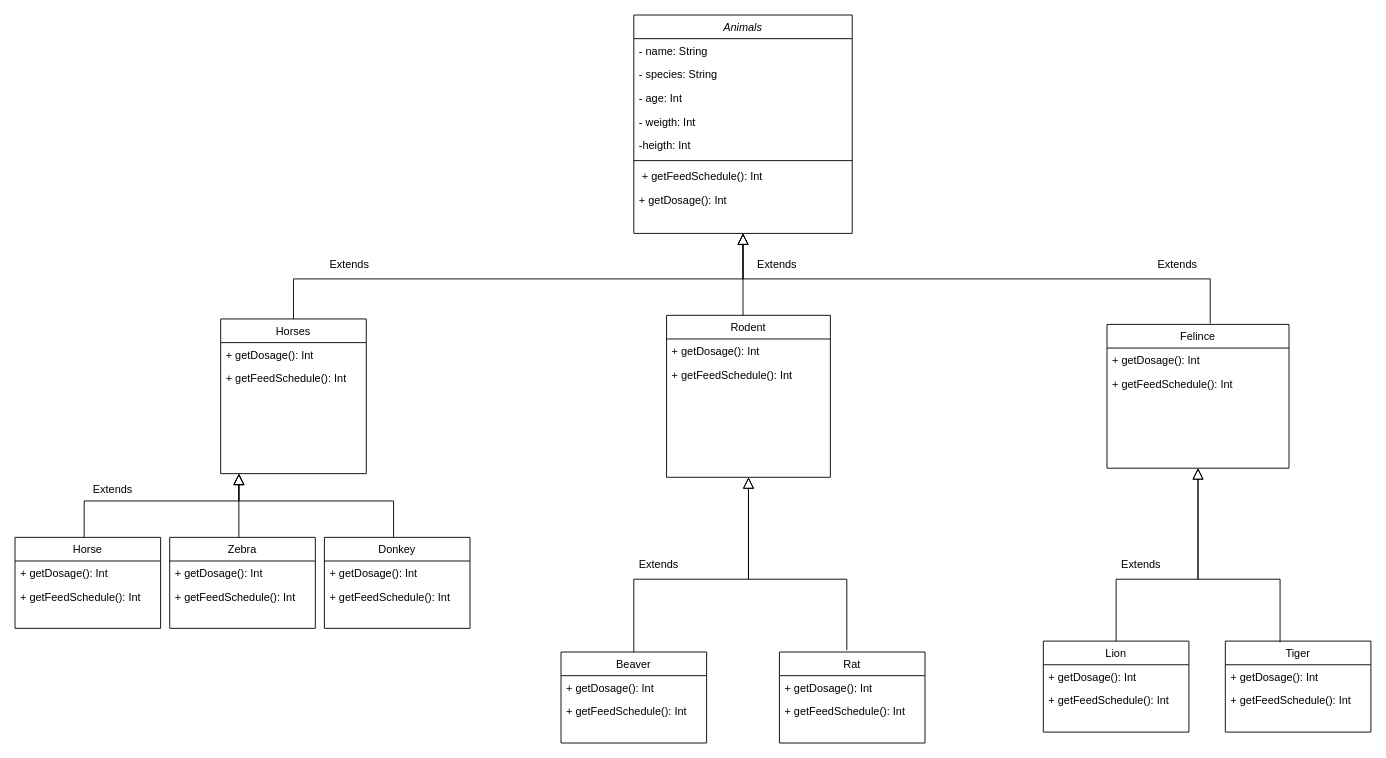
Above: ZooDiagram.drawio in tgbirmak/patika.dev-Projeler (draw.io), before the change. Source tidied: cells renumbered, new cells numbered last; positions are measured from the earlier drawing's top-left corner, leaving out a move shared by most shapes. Both pictures are drawn from the tidied source at 91%, with x=0, y=0 at pixel (15, 15).
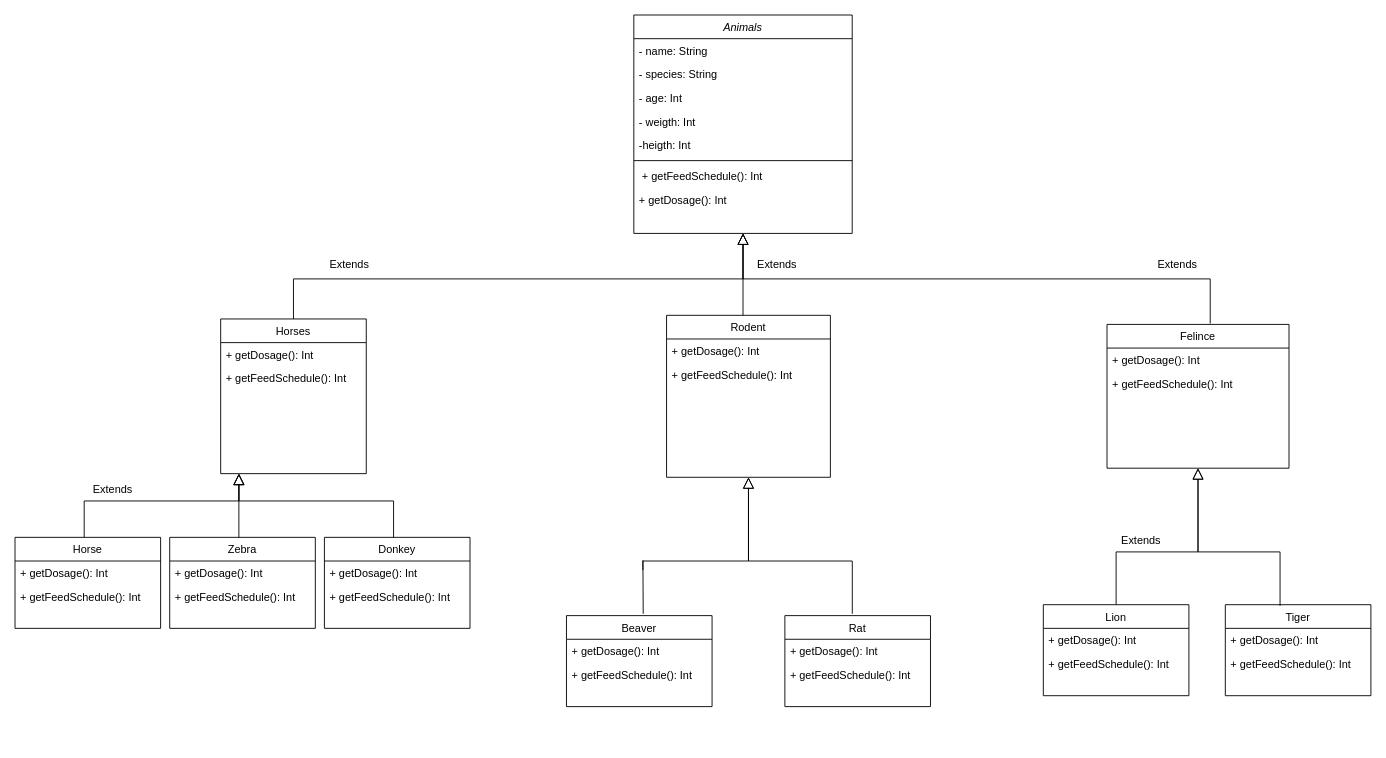
The same page after the edit.

The change refers to these unchanged cells:
```xml
<mxCell id="15" value="Rodent" style="swimlane;fontStyle=0;align=center;verticalAlign=top;horizontal=1;startSize=26;rounded=0;shadow=0;strokeWidth=1;" parent="1" vertex="1">
  <mxGeometry x="716" y="330" width="180" height="178" as="geometry" />
</mxCell>
<mxCell id="18" value="Felince" style="swimlane;fontStyle=0;align=center;verticalAlign=top;horizontal=1;startSize=26;rounded=0;shadow=0;strokeWidth=1;" parent="1" vertex="1">
  <mxGeometry x="1200" y="340" width="200" height="158" as="geometry" />
</mxCell>
```

The edit, as a diff of the source:
```diff
@@
     <mxCell id="35" value="Rat" style="swimlane;fontStyle=0;align=center;verticalAlign=top;horizontal=1;startSize=26;rounded=0;shadow=0;strokeWidth=1;" parent="1" vertex="1">
-      <mxGeometry x="840" y="700" width="160" height="100" as="geometry" />
+      <mxGeometry x="846" y="660" width="160" height="100" as="geometry" />
     </mxCell>
@@
     <mxCell id="38" value="Beaver" style="swimlane;fontStyle=0;align=center;verticalAlign=top;horizontal=1;startSize=26;rounded=0;shadow=0;strokeWidth=1;" parent="1" vertex="1">
-      <mxGeometry x="600" y="700" width="160" height="100" as="geometry" />
+      <mxGeometry x="606" y="660" width="160" height="100" as="geometry" />
     </mxCell>
@@
-    <mxCell id="41" style="endArrow=block;endSize=10;endFill=0;shadow=0;strokeWidth=1;rounded=0;edgeStyle=elbowEdgeStyle;elbow=vertical;exitX=0.5;exitY=0;exitDx=0;exitDy=0;entryX=0.5;entryY=1;entryDx=0;entryDy=0;" parent="1" edge="1" source="38" target="15">
+    <mxCell id="41" style="endArrow=block;endSize=10;endFill=0;shadow=0;strokeWidth=1;rounded=0;edgeStyle=elbowEdgeStyle;elbow=vertical;entryX=0.5;entryY=1;entryDx=0;entryDy=0;startArrow=none;" parent="1" edge="1" target="15">
       <mxGeometry relative="1" as="geometry">
+        <mxPoint x="690" y="610" as="sourcePoint" />
         <Array as="points">
-          <mxPoint x="750" y="620" />
+          <mxPoint x="710" y="600" />
+          <mxPoint x="710" y="570" />
+          <mxPoint x="770" y="600" />
         </Array>
       </mxGeometry>
     </mxCell>
     <mxCell id="42" style="endArrow=block;endSize=10;endFill=0;shadow=0;strokeWidth=1;rounded=0;edgeStyle=elbowEdgeStyle;elbow=vertical;exitX=0.463;exitY=-0.02;exitDx=0;exitDy=0;exitPerimeter=0;entryX=0.5;entryY=1;entryDx=0;entryDy=0;" parent="1" edge="1" source="35" target="15">
       <mxGeometry relative="1" as="geometry">
         <Array as="points">
-          <mxPoint x="750" y="620" />
+          <mxPoint x="870" y="600" />
         </Array>
       </mxGeometry>
     </mxCell>
     <mxCell id="43" value="Lion" style="swimlane;fontStyle=0;align=center;verticalAlign=top;horizontal=1;startSize=26;rounded=0;shadow=0;strokeWidth=1;" parent="1" vertex="1">
-      <mxGeometry x="1130" y="688" width="160" height="100" as="geometry" />
+      <mxGeometry x="1130" y="648" width="160" height="100" as="geometry" />
     </mxCell>
@@
     <mxCell id="46" value="Tiger" style="swimlane;fontStyle=0;align=center;verticalAlign=top;horizontal=1;startSize=26;rounded=0;shadow=0;strokeWidth=1;" parent="1" vertex="1">
-      <mxGeometry x="1330" y="688" width="160" height="100" as="geometry" />
+      <mxGeometry x="1330" y="648" width="160" height="100" as="geometry" />
     </mxCell>
@@
     <mxCell id="49" style="endArrow=block;endSize=10;endFill=0;shadow=0;strokeWidth=1;rounded=0;edgeStyle=elbowEdgeStyle;elbow=vertical;entryX=0.5;entryY=1;entryDx=0;entryDy=0;exitX=0.376;exitY=0.012;exitDx=0;exitDy=0;exitPerimeter=0;" parent="1" edge="1" source="46" target="18">
       <mxGeometry relative="1" as="geometry">
         <Array as="points">
-          <mxPoint x="1360" y="620" />
+          <mxPoint x="1340" y="590" />
         </Array>
       </mxGeometry>
     </mxCell>
     <mxCell id="50" style="endArrow=block;endSize=10;endFill=0;shadow=0;strokeWidth=1;rounded=0;edgeStyle=elbowEdgeStyle;elbow=vertical;entryX=0.5;entryY=1;entryDx=0;entryDy=0;exitX=0.5;exitY=0;exitDx=0;exitDy=0;" parent="1" edge="1" source="43">
       <mxGeometry relative="1" as="geometry">
         <mxPoint x="1300" y="498" as="targetPoint" />
         <Array as="points">
-          <mxPoint x="1360" y="620" />
+          <mxPoint x="1250" y="590" />
         </Array>
       </mxGeometry>
     </mxCell>
@@
-    <mxCell id="53" value="Extends" style="text;align=left;verticalAlign=top;spacingLeft=4;spacingRight=4;overflow=hidden;rounded=0;shadow=0;html=0;" parent="1" vertex="1">
-      <mxGeometry x="680" y="590" width="60" height="26" as="geometry" />
-    </mxCell>
     <mxCell id="54" value="Extends" style="text;align=left;verticalAlign=top;spacingLeft=4;spacingRight=4;overflow=hidden;rounded=0;shadow=0;html=0;" parent="1" vertex="1">
-      <mxGeometry x="1210" y="590" width="60" height="26" as="geometry" />
+      <mxGeometry x="1210" y="564" width="60" height="26" as="geometry" />
     </mxCell>
@@
+    <mxCell id="57" style="endArrow=none;html=1;rounded=0;exitX=0.527;exitY=-0.02;exitDx=0;exitDy=0;exitPerimeter=0;" parent="1" edge="1" source="38">
+      <mxGeometry relative="1" as="geometry">
+        <mxPoint x="690" y="599" as="targetPoint" />
+      </mxGeometry>
+    </mxCell>
```
